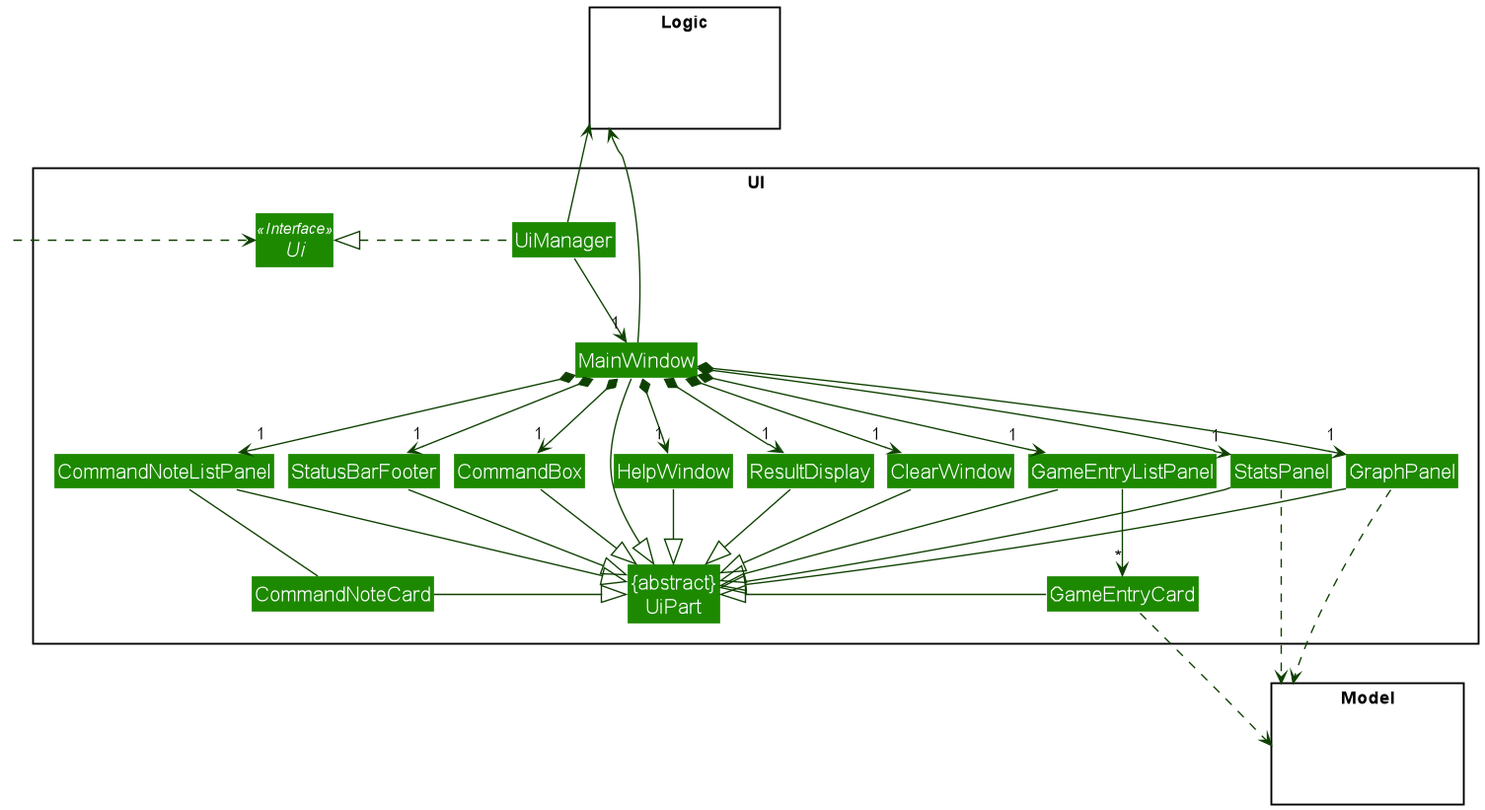
Earlier version of the PlantUML export docs/images/UiClassDiagram.png (yzhilong/tp). Its source is kept beside it as docs/diagrams/UiClassDiagram.puml.
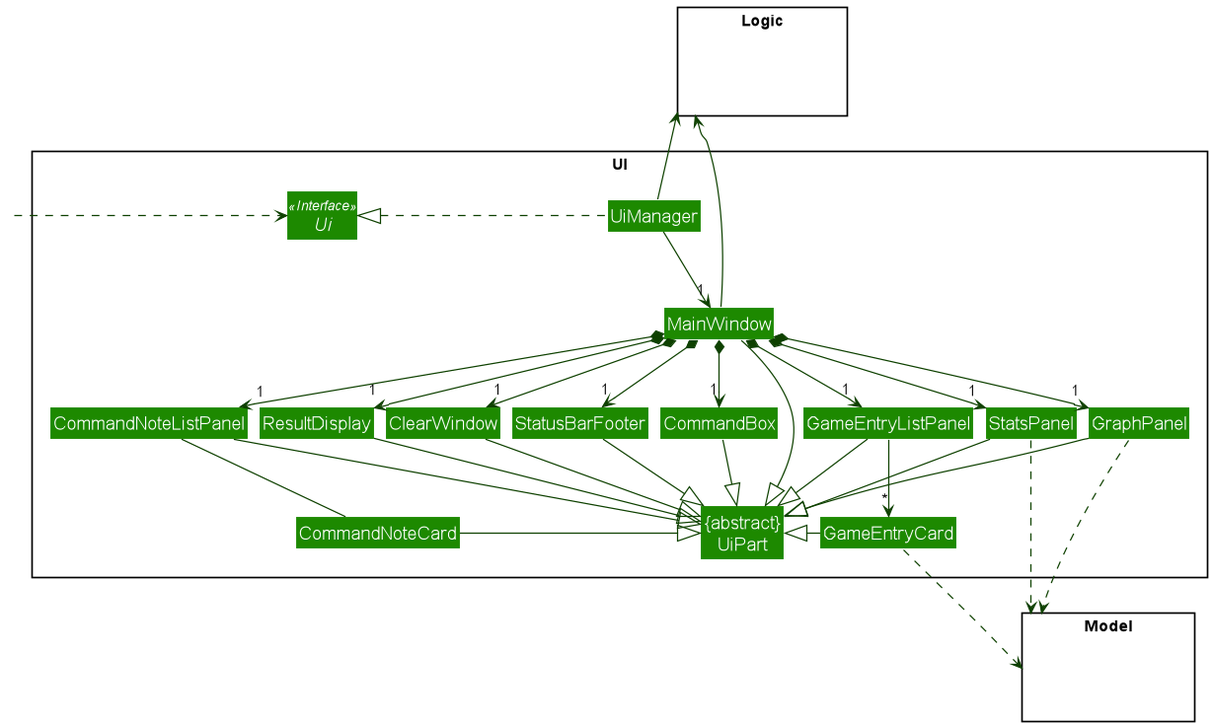
The same diagram one commit later.

Commit message:
Remove HelpWindow from UiClassDiagram

Change to the diagram source:
```diff
@@ -12,7 +12,6 @@
 Class "{abstract}\nUiPart" as UiPart
 Class UiManager
 Class MainWindow
-Class HelpWindow
 Class ResultDisplay
 Class ClearWindow
 Class CommandNoteListPanel
@@ -43,7 +42,6 @@
 MainWindow *-down-> "1" ClearWindow
 MainWindow *-down-> "1" GameEntryListPanel
 MainWindow *-down-> "1" StatusBarFooter
-MainWindow *-down-> "1" HelpWindow
 MainWindow *-down-> "1" CommandNoteListPanel
 MainWindow *-down-> "1" StatsPanel
 MainWindow *-down-> "1" GraphPanel
@@ -58,7 +56,6 @@
 GameEntryListPanel --|> UiPart
 GameEntryCard --left|> UiPart
 StatusBarFooter --|> UiPart
-HelpWindow --|> UiPart
 CommandNoteListPanel --|> UiPart
 CommandNoteCard -|> UiPart
 StatsPanel --|> UiPart
```
